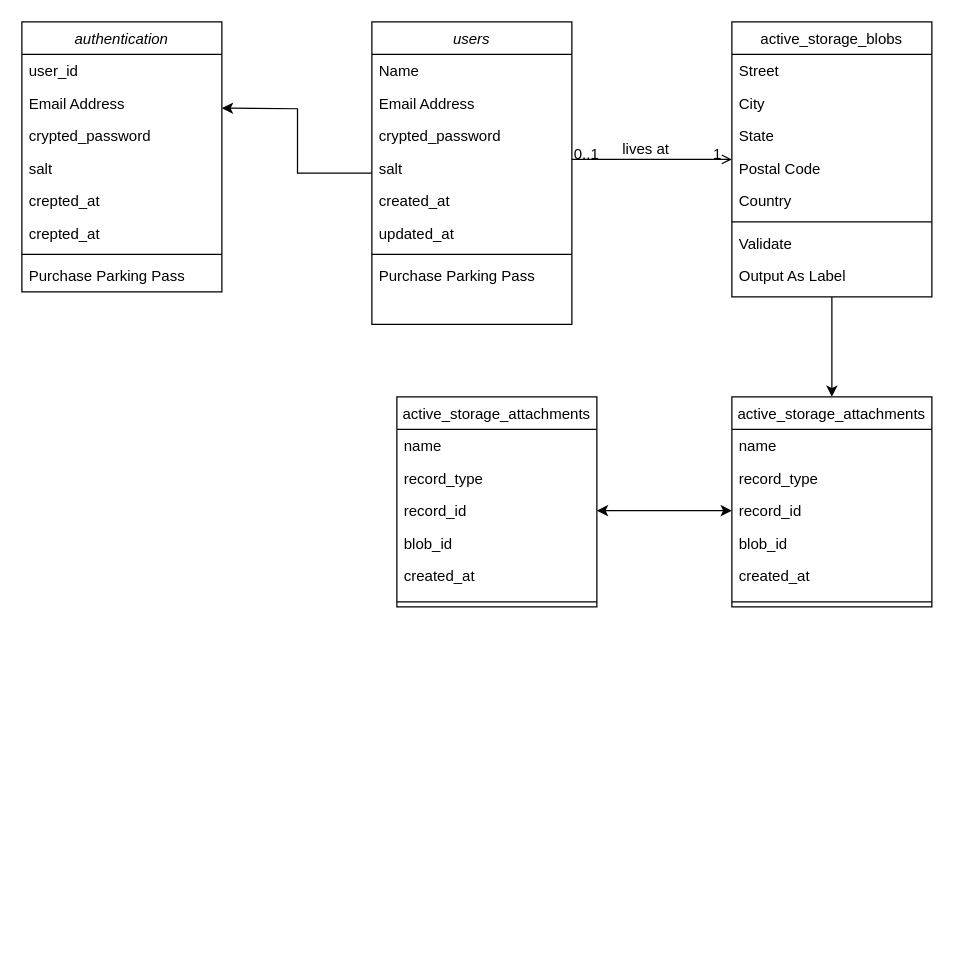
Earlier version of the draw.io diagram Untitled Diagram.drawio (H-hidetaka/Real_estate_manager). Source tidied: cells renumbered, new cells numbered last; positions are measured from the earlier drawing's top-left corner, leaving out a move shared by most shapes. Both pictures are drawn from the tidied source at 125%, with x=0, y=0 at pixel (21, 21).
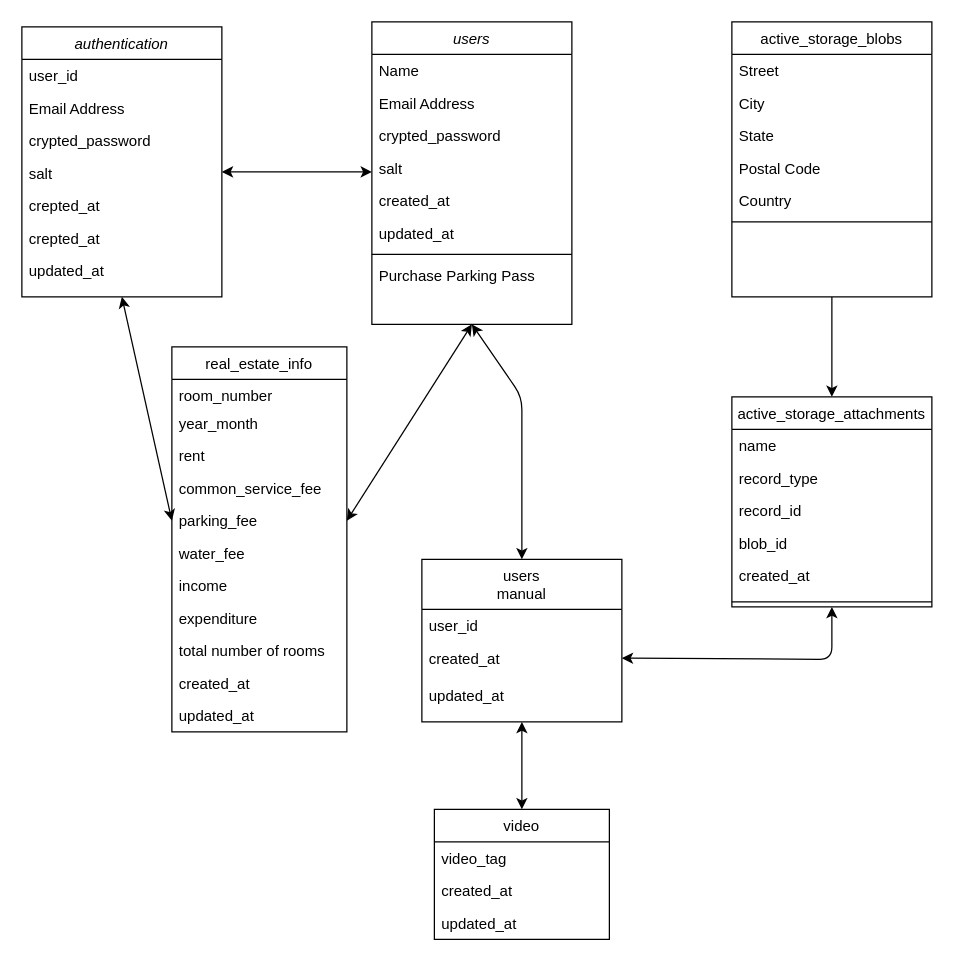
The same page after the edit.

Unchanged cells that the change refers to:
```xml
<mxCell id="3" value="users" style="swimlane;fontStyle=2;align=center;verticalAlign=top;horizontal=1;startSize=26;rounded=0;shadow=0;strokeWidth=1;" parent="1" vertex="1">
  <mxGeometry x="280" width="160" height="242" as="geometry" />
</mxCell>
<mxCell id="13" value="active_storage_blobs" style="swimlane;fontStyle=0;align=center;verticalAlign=top;horizontal=1;startSize=26;rounded=0;shadow=0;strokeWidth=1;" parent="1" vertex="1">
  <mxGeometry x="568" width="160" height="220" as="geometry" />
</mxCell>
<mxCell id="35" value="active_storage_attachments" style="swimlane;fontStyle=0;align=center;verticalAlign=top;horizontal=1;startSize=26;rounded=0;shadow=0;strokeWidth=1;" parent="1" vertex="1">
  <mxGeometry x="568" y="300" width="160" height="168" as="geometry" />
</mxCell>
<mxCell id="38" value="record_id" style="text;align=left;verticalAlign=top;spacingLeft=4;spacingRight=4;overflow=hidden;points=[[0,0.5],[1,0.5]];portConstraint=eastwest;rounded=0;shadow=0;html=0;" parent="35" vertex="1">
  <mxGeometry y="78" width="160" height="26" as="geometry" />
</mxCell>
```

The edit, as a diff of the source:
```diff
@@
-    <mxCell id="2" style="edgeStyle=orthogonalEdgeStyle;rounded=0;jettySize=auto;html=1;" parent="1" edge="1" source="3">
-      <mxGeometry relative="1" as="geometry">
-        <mxPoint x="160" y="69" as="targetPoint" />
-      </mxGeometry>
-    </mxCell>
@@
-    <mxCell id="20" value="Validate" style="text;align=left;verticalAlign=top;spacingLeft=4;spacingRight=4;overflow=hidden;" parent="13" vertex="1">
-      <mxGeometry y="164" width="160" height="26" as="geometry" />
-    </mxCell>
-    <mxCell id="21" value="Output As Label" style="text;align=left;verticalAlign=top;spacingLeft=4;spacingRight=4;overflow=hidden;" parent="13" vertex="1">
-      <mxGeometry y="190" width="160" height="26" as="geometry" />
-    </mxCell>
-    <mxCell id="22" style="endArrow=open;shadow=0;strokeWidth=1;rounded=0;endFill=1;edgeStyle=elbowEdgeStyle;elbow=vertical;" parent="1" edge="1" source="3" target="13">
-      <mxGeometry x="0.5" y="41" relative="1" as="geometry">
-        <mxPoint x="-40" y="32" as="offset" />
-      </mxGeometry>
-    </mxCell>
-    <mxCell id="23" value="0..1" style="align=left;verticalAlign=bottom;labelBackgroundColor=none;fontSize=12;" parent="22" vertex="1">
-      <mxGeometry x="-1" relative="1" as="geometry">
-        <mxPoint y="4" as="offset" />
-      </mxGeometry>
-    </mxCell>
-    <mxCell id="24" value="1" style="align=right;verticalAlign=bottom;labelBackgroundColor=none;fontSize=12;" parent="22" vertex="1">
-      <mxGeometry x="1" relative="1" as="geometry">
-        <mxPoint x="-7" y="4" as="offset" />
-      </mxGeometry>
-    </mxCell>
-    <mxCell id="25" value="lives at" style="text;html=1;align=center;verticalAlign=middle;labelBackgroundColor=none;rounded=0;shadow=0;strokeWidth=1;fontSize=12;" parent="22" vertex="1">
-      <mxGeometry x="0.5" y="49" relative="1" as="geometry">
-        <mxPoint x="-38" y="40" as="offset" />
-      </mxGeometry>
-    </mxCell>
     <mxCell id="26" value="authentication" style="swimlane;fontStyle=2;align=center;verticalAlign=top;horizontal=1;startSize=26;rounded=0;shadow=0;strokeWidth=1;" parent="1" vertex="1">
-      <mxGeometry width="160" height="216" as="geometry" />
+      <mxGeometry y="4" width="160" height="216" as="geometry" />
     </mxCell>
@@
+    <mxCell id="50" value="crepted_at" style="text;align=left;verticalAlign=top;spacingLeft=4;spacingRight=4;overflow=hidden;rounded=0;shadow=0;html=0;" parent="26" vertex="1">
+      <mxGeometry y="156" width="160" height="26" as="geometry" />
+    </mxCell>
-    <mxCell id="32" value="crepted_at" style="text;align=left;verticalAlign=top;spacingLeft=4;spacingRight=4;overflow=hidden;rounded=0;shadow=0;html=0;" parent="26" vertex="1">
-      <mxGeometry y="156" width="160" height="26" as="geometry" />
+    <mxCell id="32" value="updated_at" style="text;align=left;verticalAlign=top;spacingLeft=4;spacingRight=4;overflow=hidden;rounded=0;shadow=0;html=0;" parent="26" vertex="1">
+      <mxGeometry y="182" width="160" height="26" as="geometry" />
     </mxCell>
-    <mxCell id="33" style="line;html=1;strokeWidth=1;align=left;verticalAlign=middle;spacingTop=-1;spacingLeft=3;spacingRight=3;labelPosition=right;" parent="26" vertex="1">
-      <mxGeometry y="182" width="160" height="8" as="geometry" />
-    </mxCell>
-    <mxCell id="34" value="Purchase Parking Pass" style="text;align=left;verticalAlign=top;spacingLeft=4;spacingRight=4;overflow=hidden;" parent="26" vertex="1">
-      <mxGeometry y="190" width="160" height="26" as="geometry" />
-    </mxCell>
@@
-    <mxCell id="42" style="endArrow=classic;startArrow=classic;html=1;entryX=0;entryY=0.5;entryDx=0;entryDy=0;" parent="1" edge="1" target="38">
+    <mxCell id="42" style="endArrow=classic;startArrow=classic;html=1;entryX=0.5;entryY=1;entryDx=0;entryDy=0;exitX=1;exitY=0.5;exitDx=0;exitDy=0;" parent="1" edge="1" target="35">
       <mxGeometry relative="1" as="geometry">
-        <mxPoint x="460" y="391" as="sourcePoint" />
+        <mxPoint x="480" y="509" as="sourcePoint" />
+        <Array as="points">
+          <mxPoint x="648" y="510" />
+        </Array>
       </mxGeometry>
     </mxCell>
-    <mxCell id="43" value="active_storage_attachments" style="swimlane;fontStyle=0;align=center;verticalAlign=top;horizontal=1;startSize=26;rounded=0;shadow=0;strokeWidth=1;" parent="1" vertex="1">
-      <mxGeometry x="300" y="300" width="160" height="168" as="geometry" />
+    <mxCell id="43" value="users&#10;manual&#10;" style="swimlane;fontStyle=0;align=center;verticalAlign=top;horizontal=1;startSize=40;rounded=0;shadow=0;strokeWidth=1;" parent="1" vertex="1">
+      <mxGeometry x="320" y="430" width="160" height="130" as="geometry" />
     </mxCell>
-    <mxCell id="44" value="name" style="text;align=left;verticalAlign=top;spacingLeft=4;spacingRight=4;overflow=hidden;" parent="43" vertex="1">
-      <mxGeometry y="26" width="160" height="26" as="geometry" />
+    <mxCell id="44" value="user_id" style="text;align=left;verticalAlign=top;spacingLeft=4;spacingRight=4;overflow=hidden;" parent="43" vertex="1">
+      <mxGeometry y="40" width="160" height="26" as="geometry" />
     </mxCell>
-    <mxCell id="45" value="record_type" style="text;align=left;verticalAlign=top;spacingLeft=4;spacingRight=4;overflow=hidden;rounded=0;shadow=0;html=0;" parent="43" vertex="1">
-      <mxGeometry y="52" width="160" height="26" as="geometry" />
-    </mxCell>
-    <mxCell id="46" value="record_id" style="text;align=left;verticalAlign=top;spacingLeft=4;spacingRight=4;overflow=hidden;rounded=0;shadow=0;html=0;" parent="43" vertex="1">
-      <mxGeometry y="78" width="160" height="26" as="geometry" />
-    </mxCell>
-    <mxCell id="47" value="blob_id" style="text;align=left;verticalAlign=top;spacingLeft=4;spacingRight=4;overflow=hidden;rounded=0;shadow=0;html=0;" parent="43" vertex="1">
-      <mxGeometry y="104" width="160" height="26" as="geometry" />
-    </mxCell>
     <mxCell id="48" value="created_at" style="text;align=left;verticalAlign=top;spacingLeft=4;spacingRight=4;overflow=hidden;rounded=0;shadow=0;html=0;" parent="43" vertex="1">
-      <mxGeometry y="130" width="160" height="30" as="geometry" />
+      <mxGeometry y="66" width="160" height="30" as="geometry" />
     </mxCell>
-    <mxCell id="49" style="line;html=1;strokeWidth=1;align=left;verticalAlign=middle;spacingTop=-1;spacingLeft=3;spacingRight=3;labelPosition=right;" parent="43" vertex="1">
-      <mxGeometry y="160" width="160" height="8" as="geometry" />
-    </mxCell>
+    <mxCell id="51" value="updated_at" style="text;align=left;verticalAlign=top;spacingLeft=4;spacingRight=4;overflow=hidden;rounded=0;shadow=0;html=0;" parent="43" vertex="1">
+      <mxGeometry y="96" width="160" height="30" as="geometry" />
+    </mxCell>
+    <mxCell id="52" style="endArrow=classic;startArrow=classic;html=1;" parent="1" edge="1">
+      <mxGeometry relative="1" as="geometry">
+        <mxPoint x="160" y="120" as="sourcePoint" />
+        <mxPoint x="280" y="120" as="targetPoint" />
+      </mxGeometry>
+    </mxCell>
+    <mxCell id="53" value="real_estate_info" style="swimlane;fontStyle=0;horizontal=1;startSize=26;" parent="1" vertex="1">
+      <mxGeometry x="120" y="260" width="140" height="308" as="geometry" />
+    </mxCell>
+    <mxCell id="54" value="room_number" style="text;strokeColor=none;fillColor=none;align=left;verticalAlign=top;spacingLeft=4;spacingRight=4;overflow=hidden;" parent="53" vertex="1">
+      <mxGeometry y="26" width="140" height="22" as="geometry" />
+    </mxCell>
+    <mxCell id="55" value="year_month" style="text;strokeColor=none;fillColor=none;align=left;verticalAlign=top;spacingLeft=4;spacingRight=4;overflow=hidden;" parent="53" vertex="1">
+      <mxGeometry y="48" width="140" height="26" as="geometry" />
+    </mxCell>
+    <mxCell id="56" value="rent" style="text;strokeColor=none;fillColor=none;align=left;verticalAlign=top;spacingLeft=4;spacingRight=4;overflow=hidden;" parent="53" vertex="1">
+      <mxGeometry y="74" width="140" height="26" as="geometry" />
+    </mxCell>
+    <mxCell id="57" value="common_service_fee" style="text;strokeColor=none;fillColor=none;align=left;verticalAlign=top;spacingLeft=4;spacingRight=4;overflow=hidden;" parent="53" vertex="1">
+      <mxGeometry y="100" width="140" height="26" as="geometry" />
+    </mxCell>
+    <mxCell id="58" value="parking_fee" style="text;strokeColor=none;fillColor=none;align=left;verticalAlign=top;spacingLeft=4;spacingRight=4;overflow=hidden;points=[[0,0.5],[1,0.5]];portConstraint=eastwest;" parent="53" vertex="1">
+      <mxGeometry y="126" width="140" height="26" as="geometry" />
+    </mxCell>
+    <mxCell id="59" value="water_fee" style="text;strokeColor=none;fillColor=none;align=left;verticalAlign=top;spacingLeft=4;spacingRight=4;overflow=hidden;" parent="53" vertex="1">
+      <mxGeometry y="152" width="140" height="26" as="geometry" />
+    </mxCell>
+    <mxCell id="60" value="income" style="text;strokeColor=none;fillColor=none;align=left;verticalAlign=top;spacingLeft=4;spacingRight=4;overflow=hidden;" parent="53" vertex="1">
+      <mxGeometry y="178" width="140" height="26" as="geometry" />
+    </mxCell>
+    <mxCell id="61" value="expenditure" style="text;strokeColor=none;fillColor=none;align=left;verticalAlign=top;spacingLeft=4;spacingRight=4;overflow=hidden;" parent="53" vertex="1">
+      <mxGeometry y="204" width="140" height="26" as="geometry" />
+    </mxCell>
+    <mxCell id="62" value="total number of rooms" style="text;strokeColor=none;fillColor=none;align=left;verticalAlign=top;spacingLeft=4;spacingRight=4;overflow=hidden;" parent="53" vertex="1">
+      <mxGeometry y="230" width="140" height="26" as="geometry" />
+    </mxCell>
+    <mxCell id="63" value="created_at" style="text;strokeColor=none;fillColor=none;align=left;verticalAlign=top;spacingLeft=4;spacingRight=4;overflow=hidden;" parent="53" vertex="1">
+      <mxGeometry y="256" width="140" height="26" as="geometry" />
+    </mxCell>
+    <mxCell id="64" value="updated_at" style="text;strokeColor=none;fillColor=none;align=left;verticalAlign=top;spacingLeft=4;spacingRight=4;overflow=hidden;" parent="53" vertex="1">
+      <mxGeometry y="282" width="140" height="26" as="geometry" />
+    </mxCell>
+    <mxCell id="65" style="endArrow=classic;startArrow=classic;html=1;entryX=0.5;entryY=1;entryDx=0;entryDy=0;exitX=0;exitY=0.5;exitDx=0;exitDy=0;" parent="1" edge="1" source="58" target="26">
+      <mxGeometry relative="1" as="geometry" />
+    </mxCell>
+    <mxCell id="66" style="endArrow=classic;startArrow=classic;html=1;exitX=1;exitY=0.5;exitDx=0;exitDy=0;entryX=0.5;entryY=1;entryDx=0;entryDy=0;" parent="1" edge="1" source="58" target="3">
+      <mxGeometry relative="1" as="geometry" />
+    </mxCell>
+    <mxCell id="67" style="endArrow=classic;startArrow=classic;html=1;exitX=0.5;exitY=1;exitDx=0;exitDy=0;" parent="1" edge="1" source="3">
+      <mxGeometry relative="1" as="geometry">
+        <mxPoint x="400" y="430" as="targetPoint" />
+        <Array as="points">
+          <mxPoint x="400" y="300" />
+        </Array>
+      </mxGeometry>
+    </mxCell>
+    <mxCell id="68" value="video" style="swimlane;fontStyle=0;horizontal=1;startSize=26;" parent="1" vertex="1">
+      <mxGeometry x="330" y="630" width="140" height="104" as="geometry" />
+    </mxCell>
+    <mxCell id="69" value="video_tag" style="text;strokeColor=none;fillColor=none;align=left;verticalAlign=top;spacingLeft=4;spacingRight=4;overflow=hidden;" parent="68" vertex="1">
+      <mxGeometry y="26" width="140" height="26" as="geometry" />
+    </mxCell>
+    <mxCell id="70" value="created_at" style="text;strokeColor=none;fillColor=none;align=left;verticalAlign=top;spacingLeft=4;spacingRight=4;overflow=hidden;" parent="68" vertex="1">
+      <mxGeometry y="52" width="140" height="26" as="geometry" />
+    </mxCell>
+    <mxCell id="71" value="updated_at" style="text;strokeColor=none;fillColor=none;align=left;verticalAlign=top;spacingLeft=4;spacingRight=4;overflow=hidden;" parent="68" vertex="1">
+      <mxGeometry y="78" width="140" height="26" as="geometry" />
+    </mxCell>
+    <mxCell id="72" style="endArrow=classic;startArrow=classic;html=1;entryX=0.5;entryY=1;entryDx=0;entryDy=0;exitX=0.5;exitY=0;exitDx=0;exitDy=0;" parent="1" edge="1" source="68" target="43">
+      <mxGeometry relative="1" as="geometry" />
+    </mxCell>
```
